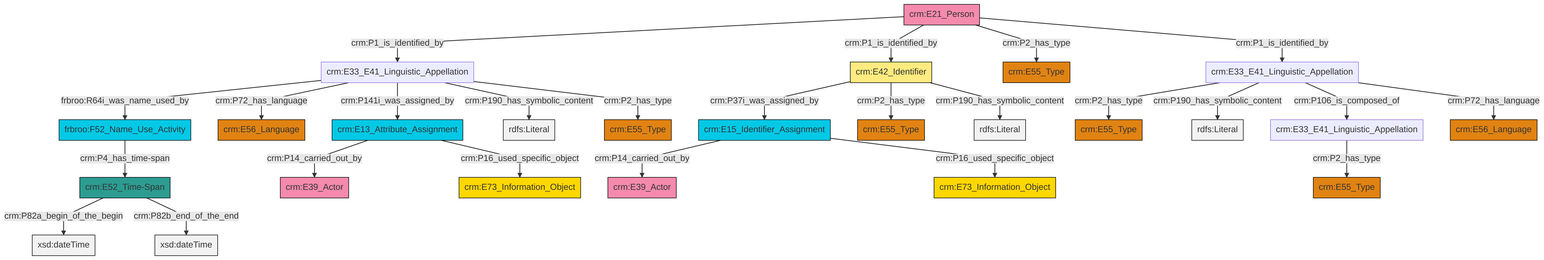
swiss-art-research-net/docs.swissartresearch keeps this Mermaid diagram as et/personCSV/ttl/mmd/png/Person_Names_and_Classification.png. Above is the earlier version. Its source is kept beside it as et/personCSV/ttl/mmd/Person_Names_and_Classification.ttl.mmd.
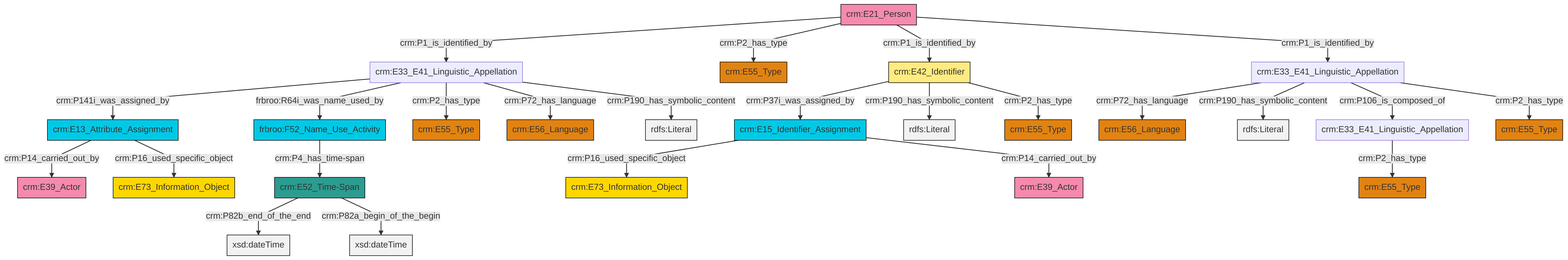
Later version of the same file.

The edit, as a diff of the source:
```diff
@@ -13,27 +13,27 @@
 classDef PC_Classes fill:#4ce600, stroke:#000000;
 classDef Multi fill:#cccccc,stroke:#000000;
 
-4["crm:E21_Person"]:::Actor -->|crm:P1_is_identified_by| 5["crm:E33_E41_Linguistic_Appellation"]:::Default
-8["crm:E33_E41_Linguistic_Appellation"]:::Default -->|crm:P2_has_type| 10["crm:E55_Type"]:::Type
-11["crm:E13_Attribute_Assignment"]:::Temporal_Entity -->|crm:P14_carried_out_by| 12["crm:E39_Actor"]:::Actor
-15["crm:E52_Time-Span"]:::Time-Span -->|crm:P82a_begin_of_the_begin| 16[xsd:dateTime]:::Literal
-5["crm:E33_E41_Linguistic_Appellation"]:::Default -->|frbroo:R64i_was_name_used_by| 17["frbroo:F52_Name_Use_Activity"]:::Temporal_Entity
-17["frbroo:F52_Name_Use_Activity"]:::Temporal_Entity -->|crm:P4_has_time-span| 15["crm:E52_Time-Span"]:::Time-Span
-8["crm:E33_E41_Linguistic_Appellation"]:::Default -->|crm:P190_has_symbolic_content| 23[rdfs:Literal]:::Literal
-11["crm:E13_Attribute_Assignment"]:::Temporal_Entity -->|crm:P16_used_specific_object| 26["crm:E73_Information_Object"]:::Conceptual_Object
-4["crm:E21_Person"]:::Actor -->|crm:P1_is_identified_by| 13["crm:E42_Identifier"]:::Appellation
-13["crm:E42_Identifier"]:::Appellation -->|crm:P37i_was_assigned_by| 30["crm:E15_Identifier_Assignment"]:::Temporal_Entity
-8["crm:E33_E41_Linguistic_Appellation"]:::Default -->|crm:P106_is_composed_of| 19["crm:E33_E41_Linguistic_Appellation"]:::Default
-30["crm:E15_Identifier_Assignment"]:::Temporal_Entity -->|crm:P14_carried_out_by| 32["crm:E39_Actor"]:::Actor
-13["crm:E42_Identifier"]:::Appellation -->|crm:P2_has_type| 2["crm:E55_Type"]:::Type
-5["crm:E33_E41_Linguistic_Appellation"]:::Default -->|crm:P72_has_language| 34["crm:E56_Language"]:::Type
-5["crm:E33_E41_Linguistic_Appellation"]:::Default -->|crm:P141i_was_assigned_by| 11["crm:E13_Attribute_Assignment"]:::Temporal_Entity
-13["crm:E42_Identifier"]:::Appellation -->|crm:P190_has_symbolic_content| 35[rdfs:Literal]:::Literal
-4["crm:E21_Person"]:::Actor -->|crm:P2_has_type| 6["crm:E55_Type"]:::Type
-4["crm:E21_Person"]:::Actor -->|crm:P1_is_identified_by| 8["crm:E33_E41_Linguistic_Appellation"]:::Default
-5["crm:E33_E41_Linguistic_Appellation"]:::Default -->|crm:P190_has_symbolic_content| 38[rdfs:Literal]:::Literal
-19["crm:E33_E41_Linguistic_Appellation"]:::Default -->|crm:P2_has_type| 27["crm:E55_Type"]:::Type
-5["crm:E33_E41_Linguistic_Appellation"]:::Default -->|crm:P2_has_type| 24["crm:E55_Type"]:::Type
-30["crm:E15_Identifier_Assignment"]:::Temporal_Entity -->|crm:P16_used_specific_object| 0["crm:E73_Information_Object"]:::Conceptual_Object
-8["crm:E33_E41_Linguistic_Appellation"]:::Default -->|crm:P72_has_language| 36["crm:E56_Language"]:::Type
-15["crm:E52_Time-Span"]:::Time-Span -->|crm:P82b_end_of_the_end| 44[xsd:dateTime]:::Literal
+0["crm:E21_Person"]:::Actor -->|crm:P1_is_identified_by| 1["crm:E33_E41_Linguistic_Appellation"]:::Default
+8["crm:E33_E41_Linguistic_Appellation"]:::Default -->|crm:P2_has_type| 6["crm:E55_Type"]:::Type
+11["crm:E33_E41_Linguistic_Appellation"]:::Default -->|crm:P72_has_language| 12["crm:E56_Language"]:::Type
+11["crm:E33_E41_Linguistic_Appellation"]:::Default -->|crm:P190_has_symbolic_content| 14[rdfs:Literal]:::Literal
+0["crm:E21_Person"]:::Actor -->|crm:P2_has_type| 15["crm:E55_Type"]:::Type
+16["crm:E42_Identifier"]:::Appellation -->|crm:P37i_was_assigned_by| 17["crm:E15_Identifier_Assignment"]:::Temporal_Entity
+16["crm:E42_Identifier"]:::Appellation -->|crm:P190_has_symbolic_content| 18[rdfs:Literal]:::Literal
+21["frbroo:F52_Name_Use_Activity"]:::Temporal_Entity -->|crm:P4_has_time-span| 22["crm:E52_Time-Span"]:::Time-Span
+0["crm:E21_Person"]:::Actor -->|crm:P1_is_identified_by| 16["crm:E42_Identifier"]:::Appellation
+1["crm:E33_E41_Linguistic_Appellation"]:::Default -->|crm:P141i_was_assigned_by| 23["crm:E13_Attribute_Assignment"]:::Temporal_Entity
+22["crm:E52_Time-Span"]:::Time-Span -->|crm:P82b_end_of_the_end| 24[xsd:dateTime]:::Literal
+1["crm:E33_E41_Linguistic_Appellation"]:::Default -->|frbroo:R64i_was_name_used_by| 21["frbroo:F52_Name_Use_Activity"]:::Temporal_Entity
+1["crm:E33_E41_Linguistic_Appellation"]:::Default -->|crm:P2_has_type| 26["crm:E55_Type"]:::Type
+22["crm:E52_Time-Span"]:::Time-Span -->|crm:P82a_begin_of_the_begin| 27[xsd:dateTime]:::Literal
+16["crm:E42_Identifier"]:::Appellation -->|crm:P2_has_type| 33["crm:E55_Type"]:::Type
+1["crm:E33_E41_Linguistic_Appellation"]:::Default -->|crm:P72_has_language| 2["crm:E56_Language"]:::Type
+23["crm:E13_Attribute_Assignment"]:::Temporal_Entity -->|crm:P14_carried_out_by| 9["crm:E39_Actor"]:::Actor
+1["crm:E33_E41_Linguistic_Appellation"]:::Default -->|crm:P190_has_symbolic_content| 37[rdfs:Literal]:::Literal
+23["crm:E13_Attribute_Assignment"]:::Temporal_Entity -->|crm:P16_used_specific_object| 4["crm:E73_Information_Object"]:::Conceptual_Object
+0["crm:E21_Person"]:::Actor -->|crm:P1_is_identified_by| 11["crm:E33_E41_Linguistic_Appellation"]:::Default
+11["crm:E33_E41_Linguistic_Appellation"]:::Default -->|crm:P106_is_composed_of| 8["crm:E33_E41_Linguistic_Appellation"]:::Default
+17["crm:E15_Identifier_Assignment"]:::Temporal_Entity -->|crm:P16_used_specific_object| 29["crm:E73_Information_Object"]:::Conceptual_Object
+11["crm:E33_E41_Linguistic_Appellation"]:::Default -->|crm:P2_has_type| 19["crm:E55_Type"]:::Type
+17["crm:E15_Identifier_Assignment"]:::Temporal_Entity -->|crm:P14_carried_out_by| 41["crm:E39_Actor"]:::Actor
```
